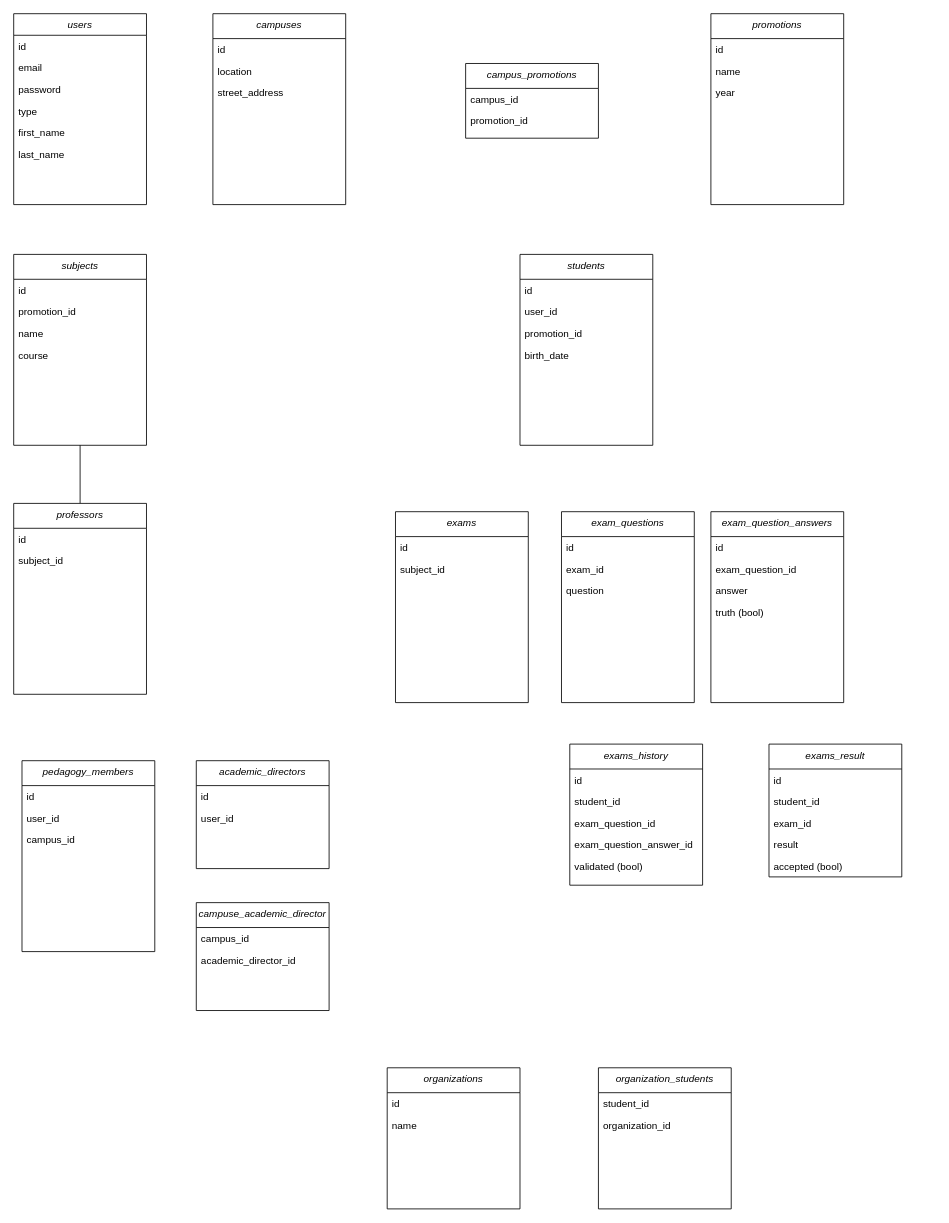
Above: page "Page-1" (1 of 2) of mcd.drawio in bnvd26/4PROJ (draw.io), before the change. Source tidied: cells renumbered, new cells numbered last; positions are measured from the earlier drawing's top-left corner, leaving out a move shared by most shapes. Both pictures are drawn from the tidied source at 83%, with x=0, y=0 at pixel (13, 13).
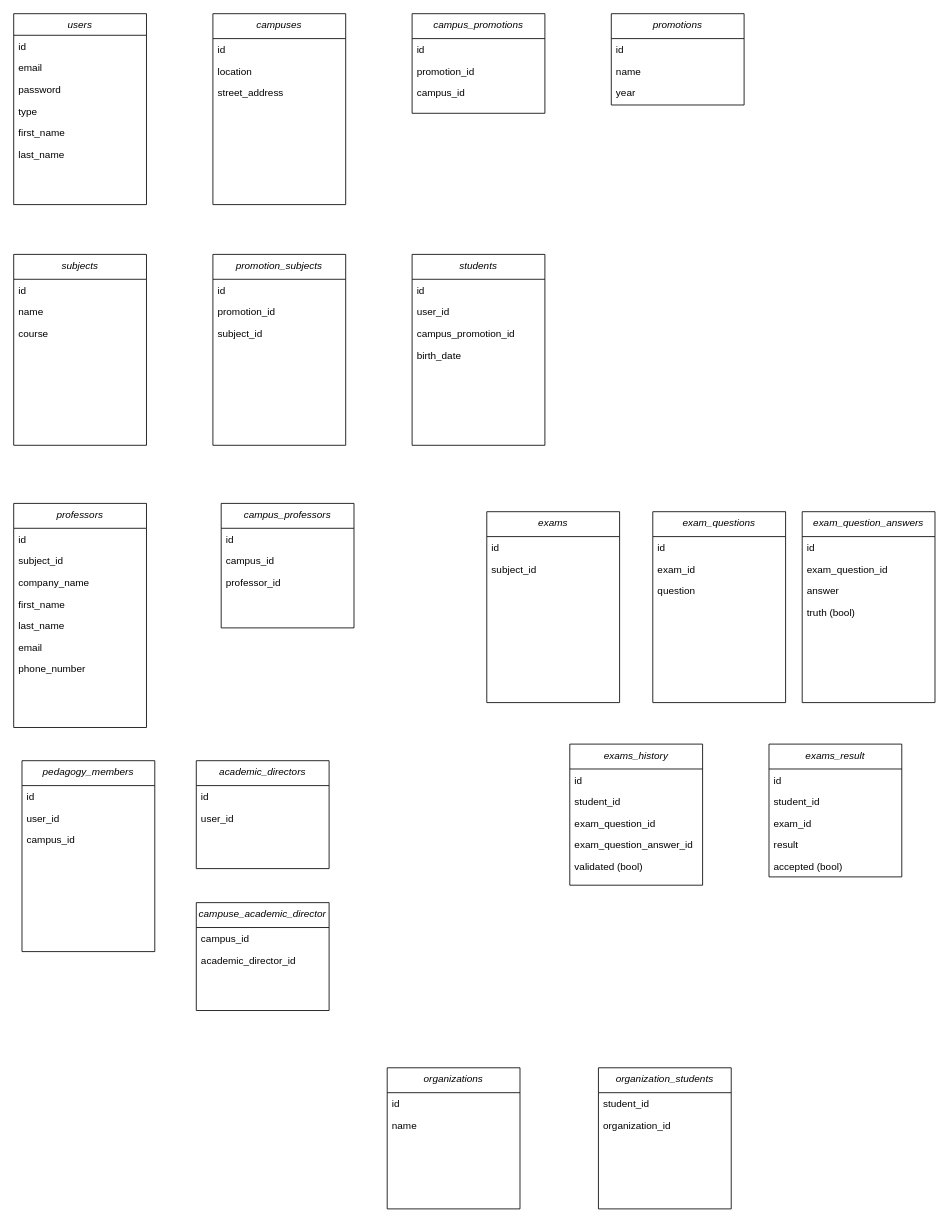
After the change.

The change refers to these unchanged cells:
```xml
<mxCell id="18" value="subjects" style="swimlane;fontStyle=2;align=center;verticalAlign=top;horizontal=1;startSize=30;rounded=0;shadow=0;strokeWidth=1;" parent="1" vertex="1">
  <mxGeometry y="290" width="160" height="230" as="geometry" />
</mxCell>
```

Change to the diagram source:
```diff
@@
     <mxCell id="9" value="students" style="swimlane;fontStyle=2;align=center;verticalAlign=top;horizontal=1;startSize=30;rounded=0;shadow=0;strokeWidth=1;" parent="1" vertex="1">
-      <mxGeometry x="610" y="290" width="160" height="230" as="geometry" />
+      <mxGeometry x="480" y="290" width="160" height="230" as="geometry" />
     </mxCell>
@@
-    <mxCell id="12" value="promotion_id" style="text;align=left;verticalAlign=top;spacingLeft=4;spacingRight=4;overflow=hidden;rounded=0;shadow=0;html=0;" parent="9" vertex="1">
+    <mxCell id="12" value="campus_promotion_id" style="text;align=left;verticalAlign=top;spacingLeft=4;spacingRight=4;overflow=hidden;rounded=0;shadow=0;html=0;" parent="9" vertex="1">
       <mxGeometry y="82" width="160" height="26" as="geometry" />
     </mxCell>
@@
     <mxCell id="14" value="promotions" style="swimlane;fontStyle=2;align=center;verticalAlign=top;horizontal=1;startSize=30;rounded=0;shadow=0;strokeWidth=1;" parent="1" vertex="1">
-      <mxGeometry x="840" width="160" height="230" as="geometry" />
+      <mxGeometry x="720" width="160" height="110" as="geometry" />
     </mxCell>
@@
-    <mxCell id="20" value="promotion_id" style="text;align=left;verticalAlign=top;spacingLeft=4;spacingRight=4;overflow=hidden;" parent="18" vertex="1">
-      <mxGeometry y="56" width="160" height="26" as="geometry" />
-    </mxCell>
     <mxCell id="21" value="name" style="text;align=left;verticalAlign=top;spacingLeft=4;spacingRight=4;overflow=hidden;rounded=0;shadow=0;html=0;" parent="18" vertex="1">
-      <mxGeometry y="82" width="160" height="26" as="geometry" />
+      <mxGeometry y="56" width="160" height="26" as="geometry" />
     </mxCell>
     <mxCell id="22" value="course" style="text;align=left;verticalAlign=top;spacingLeft=4;spacingRight=4;overflow=hidden;rounded=0;shadow=0;html=0;" parent="18" vertex="1">
-      <mxGeometry y="108" width="160" height="26" as="geometry" />
+      <mxGeometry y="82" width="160" height="26" as="geometry" />
     </mxCell>
-    <mxCell id="23" style="edgeStyle=orthogonalEdgeStyle;rounded=0;jettySize=auto;html=1;exitX=0.5;exitY=0;exitDx=0;exitDy=0;entryX=0.5;entryY=1;entryDx=0;entryDy=0;endArrow=none;endFill=0;" parent="1" edge="1" source="24" target="18">
-      <mxGeometry relative="1" as="geometry" />
-    </mxCell>
     <mxCell id="24" value="professors" style="swimlane;fontStyle=2;align=center;verticalAlign=top;horizontal=1;startSize=30;rounded=0;shadow=0;strokeWidth=1;" parent="1" vertex="1">
-      <mxGeometry y="590" width="160" height="230" as="geometry" />
+      <mxGeometry y="590" width="160" height="270" as="geometry" />
     </mxCell>
@@
+    <mxCell id="74" value="company_name" style="text;align=left;verticalAlign=top;spacingLeft=4;spacingRight=4;overflow=hidden;" parent="24" vertex="1">
+      <mxGeometry y="82" width="160" height="26" as="geometry" />
+    </mxCell>
+    <mxCell id="75" value="first_name" style="text;align=left;verticalAlign=top;spacingLeft=4;spacingRight=4;overflow=hidden;" parent="24" vertex="1">
+      <mxGeometry y="108" width="160" height="26" as="geometry" />
+    </mxCell>
+    <mxCell id="76" value="last_name" style="text;align=left;verticalAlign=top;spacingLeft=4;spacingRight=4;overflow=hidden;" parent="24" vertex="1">
+      <mxGeometry y="134" width="160" height="26" as="geometry" />
+    </mxCell>
+    <mxCell id="77" value="email" style="text;align=left;verticalAlign=top;spacingLeft=4;spacingRight=4;overflow=hidden;" parent="24" vertex="1">
+      <mxGeometry y="160" width="160" height="26" as="geometry" />
+    </mxCell>
+    <mxCell id="78" value="phone_number" style="text;align=left;verticalAlign=top;spacingLeft=4;spacingRight=4;overflow=hidden;" parent="24" vertex="1">
+      <mxGeometry y="186" width="160" height="26" as="geometry" />
+    </mxCell>
     <mxCell id="27" value="exams" style="swimlane;fontStyle=2;align=center;verticalAlign=top;horizontal=1;startSize=30;rounded=0;shadow=0;strokeWidth=1;" parent="1" vertex="1">
-      <mxGeometry x="460" y="600" width="160" height="230" as="geometry" />
+      <mxGeometry x="570" y="600" width="160" height="230" as="geometry" />
     </mxCell>
@@
     <mxCell id="30" value="exam_questions" style="swimlane;fontStyle=2;align=center;verticalAlign=top;horizontal=1;startSize=30;rounded=0;shadow=0;strokeWidth=1;" parent="1" vertex="1">
-      <mxGeometry x="660" y="600" width="160" height="230" as="geometry" />
+      <mxGeometry x="770" y="600" width="160" height="230" as="geometry" />
     </mxCell>
@@
     <mxCell id="34" value="exam_question_answers" style="swimlane;fontStyle=2;align=center;verticalAlign=top;horizontal=1;startSize=30;rounded=0;shadow=0;strokeWidth=1;" parent="1" vertex="1">
-      <mxGeometry x="840" y="600" width="160" height="230" as="geometry" />
+      <mxGeometry x="950" y="600" width="160" height="230" as="geometry" />
     </mxCell>
@@
     <mxCell id="59" value="campus_promotions" style="swimlane;fontStyle=2;align=center;verticalAlign=top;horizontal=1;startSize=30;rounded=0;shadow=0;strokeWidth=1;" parent="1" vertex="1">
-      <mxGeometry x="544.5" y="60" width="160" height="90" as="geometry" />
+      <mxGeometry x="480" width="160" height="120" as="geometry" />
     </mxCell>
-    <mxCell id="60" value="campus_id" style="text;align=left;verticalAlign=top;spacingLeft=4;spacingRight=4;overflow=hidden;" parent="59" vertex="1">
+    <mxCell id="60" value="id" style="text;align=left;verticalAlign=top;spacingLeft=4;spacingRight=4;overflow=hidden;" parent="59" vertex="1">
       <mxGeometry y="30" width="160" height="26" as="geometry" />
     </mxCell>
@@
+    <mxCell id="79" value="campus_id" style="text;align=left;verticalAlign=top;spacingLeft=4;spacingRight=4;overflow=hidden;" parent="59" vertex="1">
+      <mxGeometry y="82" width="160" height="26" as="geometry" />
+    </mxCell>
@@
+    <mxCell id="80" value="promotion_subjects" style="swimlane;fontStyle=2;align=center;verticalAlign=top;horizontal=1;startSize=30;rounded=0;shadow=0;strokeWidth=1;" parent="1" vertex="1">
+      <mxGeometry x="240" y="290" width="160" height="230" as="geometry" />
+    </mxCell>
+    <mxCell id="81" value="id" style="text;align=left;verticalAlign=top;spacingLeft=4;spacingRight=4;overflow=hidden;" parent="80" vertex="1">
+      <mxGeometry y="30" width="160" height="26" as="geometry" />
+    </mxCell>
+    <mxCell id="20" value="promotion_id" style="text;align=left;verticalAlign=top;spacingLeft=4;spacingRight=4;overflow=hidden;rounded=0;shadow=0;html=0;" parent="80" vertex="1">
+      <mxGeometry y="56" width="160" height="26" as="geometry" />
+    </mxCell>
+    <mxCell id="82" value="subject_id" style="text;align=left;verticalAlign=top;spacingLeft=4;spacingRight=4;overflow=hidden;rounded=0;shadow=0;html=0;" parent="80" vertex="1">
+      <mxGeometry y="82" width="160" height="26" as="geometry" />
+    </mxCell>
+    <mxCell id="83" value="campus_professors" style="swimlane;fontStyle=2;align=center;verticalAlign=top;horizontal=1;startSize=30;rounded=0;shadow=0;strokeWidth=1;" parent="1" vertex="1">
+      <mxGeometry x="250" y="590" width="160" height="150" as="geometry" />
+    </mxCell>
+    <mxCell id="84" value="id" style="text;align=left;verticalAlign=top;spacingLeft=4;spacingRight=4;overflow=hidden;" parent="83" vertex="1">
+      <mxGeometry y="30" width="160" height="26" as="geometry" />
+    </mxCell>
+    <mxCell id="85" value="campus_id" style="text;align=left;verticalAlign=top;spacingLeft=4;spacingRight=4;overflow=hidden;" parent="83" vertex="1">
+      <mxGeometry y="56" width="160" height="26" as="geometry" />
+    </mxCell>
+    <mxCell id="86" value="professor_id" style="text;align=left;verticalAlign=top;spacingLeft=4;spacingRight=4;overflow=hidden;" parent="83" vertex="1">
+      <mxGeometry y="82" width="160" height="26" as="geometry" />
+    </mxCell>
```
